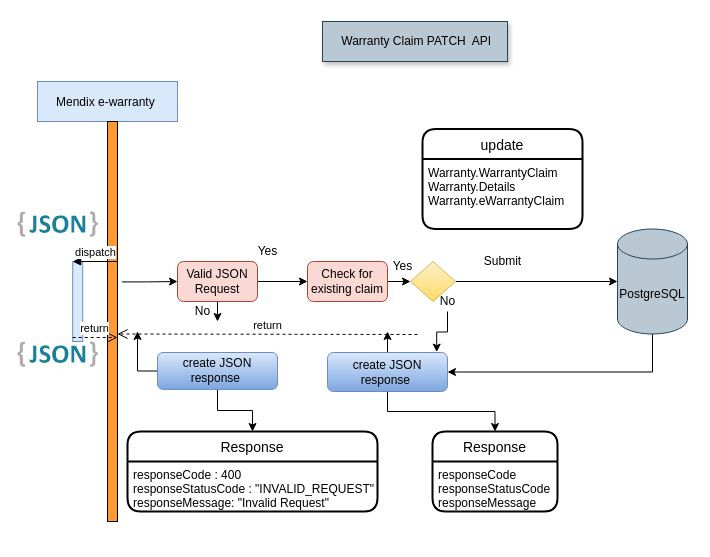
MrMetalAddict/Retail-Mon keeps this draw.io diagram as Untitled Diagram.drawio. Above is the earlier version. Source tidied: cells renumbered, new cells numbered last; positions are measured from the earlier drawing's top-left corner, leaving out a move shared by most shapes. Both pictures are drawn from the tidied source at 100%, with x=0, y=0 at pixel (17, 21).
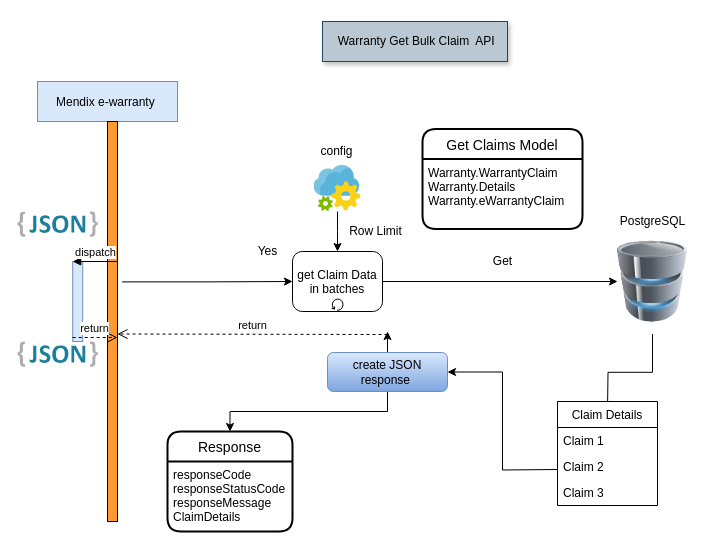
The same page after the edit.

Unchanged cells that the change refers to:
```xml
<mxCell id="3" style="points=[];perimeter=orthogonalPerimeter;rounded=0;shadow=0;strokeWidth=1;fillColor=#FF9933;" parent="2" vertex="1">
  <mxGeometry x="70" y="40" width="10" height="400" as="geometry" />
</mxCell>
<mxCell id="29" value="create JSON response&amp;nbsp;" style="rounded=1;whiteSpace=wrap;html=1;gradientColor=#7ea6e0;fillColor=#dae8fc;strokeColor=#6c8ebf;" parent="1" vertex="1">
  <mxGeometry x="310" y="331" width="120" height="39" as="geometry" />
</mxCell>
```

Change to the diagram source:
```diff
@@
-    <mxCell id="4" value="&amp;nbsp;Warranty Claim PATCH&amp;nbsp; API" style="text;html=1;align=center;verticalAlign=middle;whiteSpace=wrap;rounded=0;shadow=1;fillColor=#bac8d3;strokeColor=#23445d;" parent="1" vertex="1">
+    <mxCell id="4" value="&amp;nbsp;Warranty Get Bulk Claim&amp;nbsp; API" style="text;html=1;align=center;verticalAlign=middle;whiteSpace=wrap;rounded=0;shadow=1;fillColor=#bac8d3;strokeColor=#23445d;" parent="1" vertex="1">
       <mxGeometry x="305" width="185" height="40" as="geometry" />
     </mxCell>
@@
-    <mxCell id="6" style="edgeStyle=orthogonalEdgeStyle;rounded=0;jettySize=auto;html=1;exitX=0.5;exitY=1;exitDx=0;exitDy=0;exitPerimeter=0;entryX=1;entryY=0.5;entryDx=0;entryDy=0;" parent="1" edge="1" source="7" target="29">
-      <mxGeometry relative="1" as="geometry" />
+    <mxCell id="6" style="edgeStyle=orthogonalEdgeStyle;rounded=0;jettySize=auto;html=1;exitX=0.5;exitY=1;exitDx=0;exitDy=0;exitPerimeter=0;entryX=1;entryY=0.5;entryDx=0;entryDy=0;startArrow=none;" parent="1" edge="1" target="29">
+      <mxGeometry relative="1" as="geometry">
+        <mxPoint x="540" y="448" as="sourcePoint" />
+      </mxGeometry>
     </mxCell>
-    <mxCell id="7" value="PostgreSQL" style="shape=cylinder3;whiteSpace=wrap;html=1;boundedLbl=1;backgroundOutline=1;size=15;fillColor=#bac8d3;strokeColor=#23445d;" parent="1" vertex="1">
+    <mxCell id="7" style="image;html=1;image=img/lib/clip_art/computers/Database_128x128.png;fontFamily=Helvetica;fontSize=12;fontColor=#000000;align=center;strokeColor=#23445d;fillColor=#bac8d3;" parent="1" vertex="1">
       <mxGeometry x="600" y="207.5" width="70" height="105" as="geometry" />
     </mxCell>
@@
-    <mxCell id="13" style="edgeStyle=orthogonalEdgeStyle;rounded=0;jettySize=auto;html=1;exitX=1;exitY=0.5;exitDx=0;exitDy=0;entryX=0;entryY=0.5;entryDx=0;entryDy=0;" parent="1" edge="1" source="14" target="16">
-      <mxGeometry relative="1" as="geometry" />
-    </mxCell>
-    <mxCell id="14" value="Check for existing claim" style="rounded=1;whiteSpace=wrap;html=1;fillColor=#fad9d5;strokeColor=#ae4132;" parent="1" vertex="1">
-      <mxGeometry x="290" y="240" width="80" height="40" as="geometry" />
-    </mxCell>
-    <mxCell id="15" style="edgeStyle=orthogonalEdgeStyle;rounded=0;jettySize=auto;html=1;entryX=0;entryY=0.5;entryDx=0;entryDy=0;entryPerimeter=0;" parent="1" edge="1" source="16" target="7">
-      <mxGeometry relative="1" as="geometry" />
-    </mxCell>
-    <mxCell id="16" style="rhombus;whiteSpace=wrap;html=1;gradientColor=#ffd966;fillColor=#fff2cc;strokeColor=#d6b656;" parent="1" vertex="1">
-      <mxGeometry x="393" y="240" width="45" height="40" as="geometry" />
-    </mxCell>
-    <mxCell id="17" value="Yes" style="text;html=1;align=center;verticalAlign=middle;" parent="1" vertex="1">
-      <mxGeometry x="370" y="235.2" width="30" height="20" as="geometry" />
-    </mxCell>
     <mxCell id="18" value="return" style="html=1;verticalAlign=bottom;endArrow=open;dashed=1;endSize=8;" parent="1" edge="1">
       <mxGeometry relative="1" as="geometry">
-        <mxPoint x="400" y="313" as="sourcePoint" />
+        <mxPoint x="370" y="313" as="sourcePoint" />
         <mxPoint x="100" y="312.5" as="targetPoint" />
       </mxGeometry>
     </mxCell>
-    <mxCell id="19" value="Submit" style="text;html=1;align=center;verticalAlign=middle;" parent="1" vertex="1">
-      <mxGeometry x="460" y="230" width="50" height="20" as="geometry" />
+    <mxCell id="19" value="Get" style="text;html=1;align=center;verticalAlign=middle;" parent="1" vertex="1">
+      <mxGeometry x="470" y="230" width="30" height="20" as="geometry" />
     </mxCell>
     <mxCell id="20" value="Response" style="swimlane;horizontal=1;startSize=30;rounded=1;fontSize=14;fontStyle=0;strokeWidth=2;shadow=0;dashed=0;align=center;" parent="1" vertex="1">
-      <mxGeometry x="415" y="410" width="125" height="80" as="geometry" />
+      <mxGeometry x="150" y="410" width="125" height="100" as="geometry" />
     </mxCell>
-    <mxCell id="21" value="responseCode&#10;responseStatusCode&#10;responseMessage" style="align=left;strokeColor=none;fillColor=none;spacingLeft=4;fontSize=12;verticalAlign=top;" parent="20" vertex="1">
-      <mxGeometry y="30" width="125" height="50" as="geometry" />
+    <mxCell id="21" value="responseCode&#10;responseStatusCode&#10;responseMessage&#10;ClaimDetails" style="align=left;strokeColor=none;fillColor=none;spacingLeft=4;fontSize=12;verticalAlign=top;" parent="20" vertex="1">
+      <mxGeometry y="30" width="125" height="70" as="geometry" />
     </mxCell>
@@
-    <mxCell id="30" value="update" style="swimlane;horizontal=1;startSize=30;rounded=1;fontSize=14;fontStyle=0;strokeWidth=2;shadow=0;dashed=0;align=center;" parent="1" vertex="1">
+    <mxCell id="30" value="Get Claims Model" style="swimlane;horizontal=1;startSize=30;rounded=1;fontSize=14;fontStyle=0;strokeWidth=2;shadow=0;dashed=0;align=center;" parent="1" vertex="1">
       <mxGeometry x="405" y="107.5" width="160" height="100" as="geometry" />
     </mxCell>
@@
-    <mxCell id="35" style="edgeStyle=orthogonalEdgeStyle;rounded=0;jettySize=auto;html=1;exitX=1;exitY=0.5;exitDx=0;exitDy=0;entryX=0;entryY=0.5;entryDx=0;entryDy=0;" parent="1" edge="1" source="37" target="14">
-      <mxGeometry relative="1" as="geometry" />
-    </mxCell>
-    <mxCell id="36" style="edgeStyle=orthogonalEdgeStyle;rounded=0;jettySize=auto;html=1;exitX=0.5;exitY=1;exitDx=0;exitDy=0;" parent="1" edge="1" source="37">
-      <mxGeometry relative="1" as="geometry">
-        <mxPoint x="200" y="300" as="targetPoint" />
-      </mxGeometry>
-    </mxCell>
-    <mxCell id="37" value="Valid JSON Request" style="rounded=1;whiteSpace=wrap;html=1;fillColor=#fad9d5;strokeColor=#ae4132;" parent="1" vertex="1">
-      <mxGeometry x="160" y="240" width="80" height="40" as="geometry" />
-    </mxCell>
-    <mxCell id="38" style="edgeStyle=orthogonalEdgeStyle;rounded=0;jettySize=auto;html=1;entryX=0;entryY=0.5;entryDx=0;entryDy=0;exitX=1.46;exitY=0.401;exitDx=0;exitDy=0;exitPerimeter=0;" parent="1" edge="1" source="3" target="37">
+    <mxCell id="38" style="edgeStyle=orthogonalEdgeStyle;rounded=0;jettySize=auto;html=1;entryX=0;entryY=0.5;entryDx=0;entryDy=0;exitX=1.46;exitY=0.401;exitDx=0;exitDy=0;exitPerimeter=0;entryPerimeter=0;" parent="1" edge="1" source="3" target="56">
       <mxGeometry relative="1" as="geometry" />
     </mxCell>
-    <mxCell id="39" style="edgeStyle=orthogonalEdgeStyle;rounded=0;jettySize=auto;html=1;entryX=0.91;entryY=-0.01;entryDx=0;entryDy=0;entryPerimeter=0;" parent="1" edge="1" source="40" target="29">
-      <mxGeometry relative="1" as="geometry" />
-    </mxCell>
-    <mxCell id="40" value="No" style="text;html=1;align=center;verticalAlign=middle;points=[];" parent="1" vertex="1">
-      <mxGeometry x="415" y="270" width="30" height="20" as="geometry" />
-    </mxCell>
@@
-    <mxCell id="42" value="No" style="text;html=1;align=center;verticalAlign=middle;" parent="1" vertex="1">
-      <mxGeometry x="170" y="280" width="30" height="20" as="geometry" />
-    </mxCell>
-    <mxCell id="43" style="edgeStyle=orthogonalEdgeStyle;rounded=0;jettySize=auto;html=1;entryX=0.5;entryY=0;entryDx=0;entryDy=0;" parent="1" edge="1" source="45" target="46">
-      <mxGeometry relative="1" as="geometry" />
-    </mxCell>
-    <mxCell id="44" style="edgeStyle=orthogonalEdgeStyle;rounded=0;jettySize=auto;html=1;" parent="1" edge="1" source="45">
-      <mxGeometry relative="1" as="geometry">
-        <mxPoint x="120" y="310" as="targetPoint" />
-      </mxGeometry>
-    </mxCell>
-    <mxCell id="45" value="create JSON response&amp;nbsp;" style="rounded=1;whiteSpace=wrap;html=1;gradientColor=#7ea6e0;fillColor=#dae8fc;strokeColor=#6c8ebf;" parent="1" vertex="1">
-      <mxGeometry x="140" y="331" width="120" height="36.9" as="geometry" />
-    </mxCell>
-    <mxCell id="46" value="Response" style="swimlane;horizontal=1;startSize=30;rounded=1;fontSize=14;fontStyle=0;strokeWidth=2;shadow=0;dashed=0;align=center;" parent="1" vertex="1">
-      <mxGeometry x="110" y="410" width="250" height="80" as="geometry" />
-    </mxCell>
-    <mxCell id="47" value="responseCode : 400&#10;responseStatusCode : &quot;INVALID_REQUEST&quot;&#10;responseMessage: &quot;Invalid Request&quot;" style="align=left;strokeColor=none;fillColor=none;spacingLeft=4;fontSize=12;verticalAlign=top;" parent="46" vertex="1">
-      <mxGeometry y="30" width="250" height="50" as="geometry" />
-    </mxCell>
-    <mxCell id="48" style="edgeStyle=orthogonalEdgeStyle;rounded=0;orthogonalLoop=1;jettySize=auto;html=1;exitX=0.5;exitY=1;exitDx=0;exitDy=0;" parent="46" edge="1" source="47" target="47">
-      <mxGeometry relative="1" as="geometry" />
-    </mxCell>
-    <mxCell id="49" style="edgeStyle=orthogonalEdgeStyle;rounded=0;orthogonalLoop=1;jettySize=auto;html=1;exitX=0.5;exitY=1;exitDx=0;exitDy=0;" parent="46" edge="1" source="47" target="47">
-      <mxGeometry relative="1" as="geometry" />
-    </mxCell>
-    <mxCell id="50" style="edgeStyle=orthogonalEdgeStyle;rounded=0;orthogonalLoop=1;jettySize=auto;html=1;exitX=0.5;exitY=1;exitDx=0;exitDy=0;" parent="46" edge="1" source="47" target="47">
-      <mxGeometry relative="1" as="geometry" />
-    </mxCell>
-    <mxCell id="51" style="edgeStyle=orthogonalEdgeStyle;rounded=0;orthogonalLoop=1;jettySize=auto;html=1;exitX=0.5;exitY=1;exitDx=0;exitDy=0;" parent="46" edge="1" source="47" target="47">
-      <mxGeometry relative="1" as="geometry" />
-    </mxCell>
-    <mxCell id="52" style="edgeStyle=orthogonalEdgeStyle;rounded=0;orthogonalLoop=1;jettySize=auto;html=1;exitX=0.5;exitY=1;exitDx=0;exitDy=0;" parent="46" edge="1" source="47" target="47">
-      <mxGeometry relative="1" as="geometry" />
-    </mxCell>
+    <mxCell id="53" style="edgeStyle=orthogonalEdgeStyle;rounded=0;jettySize=auto;html=1;entryX=0.5;entryY=0;entryDx=0;entryDy=0;entryPerimeter=0;" parent="1" edge="1" source="54" target="56">
+      <mxGeometry relative="1" as="geometry" />
+    </mxCell>
+    <mxCell id="54" style="html=1;points=[];align=center;image;fontSize=12;image=img/lib/mscae/App_Configuration.svg;" parent="1" vertex="1">
+      <mxGeometry x="296.5" y="144" width="46.9" height="46" as="geometry" />
+    </mxCell>
+    <mxCell id="55" style="edgeStyle=orthogonalEdgeStyle;rounded=0;jettySize=auto;html=1;exitX=1;exitY=0.5;exitDx=0;exitDy=0;exitPerimeter=0;" parent="1" edge="1" source="56" target="7">
+      <mxGeometry relative="1" as="geometry" />
+    </mxCell>
+    <mxCell id="56" value="get Claim Data &#10;in batches" style="points=[[0.25,0,0],[0.5,0,0],[0.75,0,0],[1,0.25,0],[1,0.5,0],[1,0.75,0],[0.75,1,0],[0.5,1,0],[0.25,1,0],[0,0.75,0],[0,0.5,0],[0,0.25,0]];shape=mxgraph.bpmn.task;rectStyle=rounded;size=10;taskMarker=abstract;isLoopStandard=1;" parent="1" vertex="1">
+      <mxGeometry x="275" y="230" width="90" height="60" as="geometry" />
+    </mxCell>
+    <mxCell id="57" value="config" style="text;html=1;align=center;verticalAlign=middle;strokeColor=none;" parent="1" vertex="1">
+      <mxGeometry x="293.5" y="120" width="50" height="20" as="geometry" />
+    </mxCell>
+    <mxCell id="58" value="Row Limit" style="text;html=1;align=center;verticalAlign=middle;strokeColor=none;" parent="1" vertex="1">
+      <mxGeometry x="323" y="200" width="70" height="20" as="geometry" />
+    </mxCell>
+    <mxCell id="59" style="edgeStyle=orthogonalEdgeStyle;rounded=0;jettySize=auto;html=1;exitX=0.5;exitY=1;exitDx=0;exitDy=0;exitPerimeter=0;entryX=1;entryY=0.5;entryDx=0;entryDy=0;endArrow=none;" parent="1" edge="1" source="7">
+      <mxGeometry relative="1" as="geometry">
+        <mxPoint x="590" y="389" as="targetPoint" />
+      </mxGeometry>
+    </mxCell>
+    <mxCell id="60" value="Claim Details" style="swimlane;fontStyle=0;horizontal=1;startSize=26;" parent="1" vertex="1">
+      <mxGeometry x="540" y="380" width="100" height="104" as="geometry" />
+    </mxCell>
+    <mxCell id="61" value="Claim 1" style="text;strokeColor=none;fillColor=none;align=left;verticalAlign=top;spacingLeft=4;spacingRight=4;overflow=hidden;" parent="60" vertex="1">
+      <mxGeometry y="26" width="100" height="26" as="geometry" />
+    </mxCell>
+    <mxCell id="62" value="Claim 2" style="text;strokeColor=none;fillColor=none;align=left;verticalAlign=top;spacingLeft=4;spacingRight=4;overflow=hidden;" parent="60" vertex="1">
+      <mxGeometry y="52" width="100" height="26" as="geometry" />
+    </mxCell>
+    <mxCell id="63" value="Claim 3" style="text;strokeColor=none;fillColor=none;align=left;verticalAlign=top;spacingLeft=4;spacingRight=4;overflow=hidden;" parent="60" vertex="1">
+      <mxGeometry y="78" width="100" height="26" as="geometry" />
+    </mxCell>
+    <mxCell id="64" value="&lt;span style=&quot;background-color: rgb(255 , 255 , 255)&quot;&gt;PostgreSQL&lt;/span&gt;" style="text;html=1;align=center;verticalAlign=middle;strokeColor=none;" parent="1" vertex="1">
+      <mxGeometry x="595" y="190" width="80" height="20" as="geometry" />
+    </mxCell>
```
